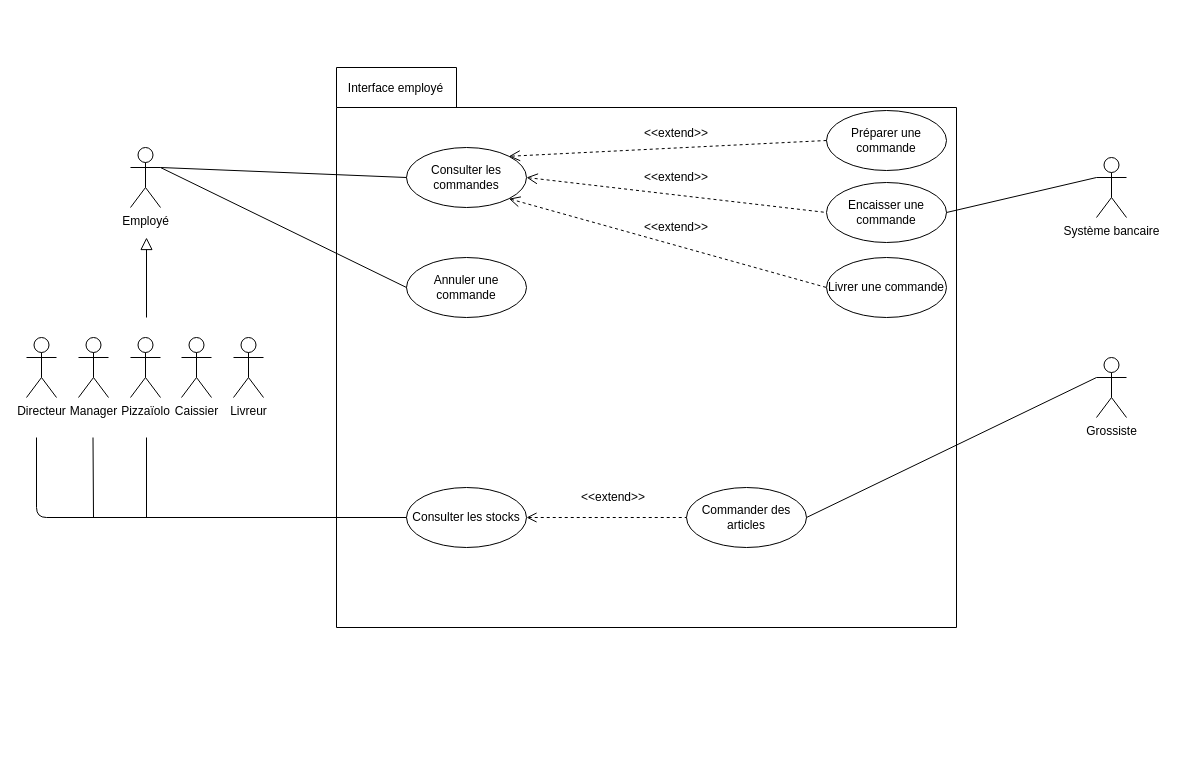
Earlier version of the draw.io diagram Interface employés.drawio (damien-devpy/OC-P4). Source tidied: cells renumbered, new cells numbered last; positions are measured from the earlier drawing's top-left corner, leaving out a move shared by most shapes. Both pictures are drawn from the tidied source at 100%, with x=0, y=0 at pixel (26, 67).
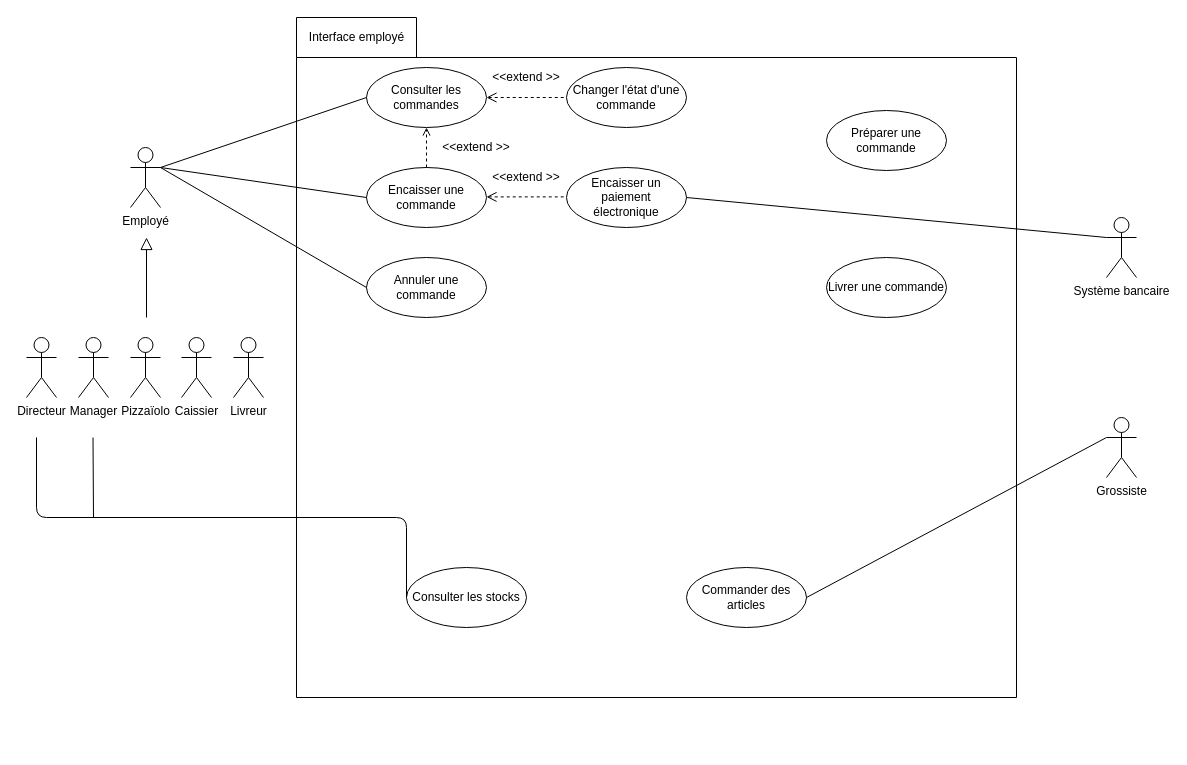
Above is the later version.

The change refers to these unchanged cells:
```xml
<mxCell id="22" value="Employé" style="shape=umlActor;verticalLabelPosition=bottom;labelBackgroundColor=#ffffff;verticalAlign=top;html=1;outlineConnect=0;" parent="1" vertex="1">
  <mxGeometry x="104" y="80" width="30" height="60" as="geometry" />
</mxCell>
```

Diff of the diagram source:
```diff
@@
     <mxCell id="2" style="group;" parent="1" vertex="1">
-      <mxGeometry x="310" width="620" height="560" as="geometry" />
+      <mxGeometry x="310" width="720" height="680" as="geometry" />
     </mxCell>
     <mxCell id="3" value="&lt;div&gt;&lt;br&gt;&lt;/div&gt;&lt;div&gt;&lt;br&gt;&lt;/div&gt;" style="shape=folder;fontStyle=1;spacingTop=10;tabWidth=120;tabHeight=40;tabPosition=left;html=1;fillColor=none;" parent="2" vertex="1">
-      <mxGeometry width="620" height="560" as="geometry" />
+      <mxGeometry x="-40" y="-50" width="720" height="680" as="geometry" />
     </mxCell>
-    <mxCell id="4" value="Interface employé" style="text;html=1;strokeColor=none;fillColor=none;align=center;verticalAlign=middle;whiteSpace=wrap;rounded=0;" parent="2" vertex="1">
-      <mxGeometry x="6" y="11" width="107" height="20" as="geometry" />
-    </mxCell>
-    <mxCell id="5" value="Préparer une commande" style="ellipse;whiteSpace=wrap;html=1;" parent="2" vertex="1">
+    <mxCell id="5" value="Préparer une commande" style="ellipse;whiteSpace=wrap;html=1;fillColor=none;" parent="2" vertex="1">
       <mxGeometry x="490" y="43" width="120" height="60" as="geometry" />
     </mxCell>
-    <mxCell id="6" value="Consulter les commandes" style="ellipse;whiteSpace=wrap;html=1;" parent="2" vertex="1">
-      <mxGeometry x="70" y="80" width="120" height="60" as="geometry" />
+    <mxCell id="6" value="Consulter les commandes" style="ellipse;whiteSpace=wrap;html=1;fillColor=none;" parent="2" vertex="1">
+      <mxGeometry x="30" width="120" height="60" as="geometry" />
     </mxCell>
-    <mxCell id="7" value="Consulter les stocks" style="ellipse;whiteSpace=wrap;html=1;" parent="2" vertex="1">
-      <mxGeometry x="70" y="420" width="120" height="60" as="geometry" />
+    <mxCell id="7" value="Consulter les stocks" style="ellipse;whiteSpace=wrap;html=1;fillColor=none;" parent="2" vertex="1">
+      <mxGeometry x="70" y="500" width="120" height="60" as="geometry" />
     </mxCell>
-    <mxCell id="8" value="Livrer une commande" style="ellipse;whiteSpace=wrap;html=1;" parent="2" vertex="1">
+    <mxCell id="8" value="Livrer une commande" style="ellipse;whiteSpace=wrap;html=1;fillColor=none;" parent="2" vertex="1">
       <mxGeometry x="490" y="190" width="120" height="60" as="geometry" />
     </mxCell>
-    <mxCell id="9" value="Annuler une commande" style="ellipse;whiteSpace=wrap;html=1;" parent="2" vertex="1">
-      <mxGeometry x="70" y="190" width="120" height="60" as="geometry" />
+    <mxCell id="9" value="Annuler une commande" style="ellipse;whiteSpace=wrap;html=1;fillColor=none;" parent="2" vertex="1">
+      <mxGeometry x="30" y="190" width="120" height="60" as="geometry" />
     </mxCell>
-    <mxCell id="10" style="endArrow=open;dashed=1;html=1;entryX=1;entryY=0;entryDx=0;entryDy=0;exitX=0;exitY=0.5;exitDx=0;exitDy=0;startArrow=none;startFill=0;endSize=9;endFill=0;" parent="2" edge="1" source="5" target="6">
-      <mxGeometry relative="1" as="geometry" />
-    </mxCell>
-    <mxCell id="11" value="&amp;lt;&amp;lt;extend&amp;gt;&amp;gt;" style="text;html=1;strokeColor=none;fillColor=none;align=center;verticalAlign=middle;whiteSpace=wrap;rounded=0;" parent="2" vertex="1">
-      <mxGeometry x="320" y="56" width="40" height="20" as="geometry" />
-    </mxCell>
-    <mxCell id="12" value="Encaisser une commande" style="ellipse;whiteSpace=wrap;html=1;" parent="2" vertex="1">
-      <mxGeometry x="490" y="115" width="120" height="60" as="geometry" />
+    <mxCell id="12" value="Encaisser une commande" style="ellipse;whiteSpace=wrap;html=1;fillColor=none;" parent="2" vertex="1">
+      <mxGeometry x="30" y="100" width="120" height="60" as="geometry" />
     </mxCell>
-    <mxCell id="13" value="Commander des articles" style="ellipse;whiteSpace=wrap;html=1;" parent="2" vertex="1">
-      <mxGeometry x="350" y="420" width="120" height="60" as="geometry" />
+    <mxCell id="13" value="Commander des articles" style="ellipse;whiteSpace=wrap;html=1;fillColor=none;" parent="2" vertex="1">
+      <mxGeometry x="350" y="500" width="120" height="60" as="geometry" />
     </mxCell>
-    <mxCell id="14" style="endArrow=none;dashed=1;html=1;entryX=0;entryY=0.5;entryDx=0;entryDy=0;exitX=1;exitY=0.5;exitDx=0;exitDy=0;startArrow=open;startFill=0;startSize=8;" parent="2" edge="1" source="7" target="13">
-      <mxGeometry relative="1" as="geometry" />
-    </mxCell>
-    <mxCell id="15" value="&amp;lt;&amp;lt;extend&amp;gt;&amp;gt;" style="text;html=1;strokeColor=none;fillColor=none;align=center;verticalAlign=middle;whiteSpace=wrap;rounded=0;" parent="2" vertex="1">
-      <mxGeometry x="257" y="420" width="40" height="20" as="geometry" />
-    </mxCell>
-    <mxCell id="16" style="endArrow=none;dashed=1;html=1;entryX=0;entryY=0.5;entryDx=0;entryDy=0;exitX=1;exitY=0.5;exitDx=0;exitDy=0;startArrow=open;startFill=0;startSize=9;" parent="2" edge="1" source="6" target="12">
-      <mxGeometry relative="1" as="geometry" />
-    </mxCell>
-    <mxCell id="17" value="&amp;lt;&amp;lt;extend&amp;gt;&amp;gt;" style="text;html=1;strokeColor=none;fillColor=none;align=center;verticalAlign=middle;whiteSpace=wrap;rounded=0;" parent="2" vertex="1">
-      <mxGeometry x="320" y="100" width="40" height="20" as="geometry" />
-    </mxCell>
-    <mxCell id="18" style="endArrow=none;dashed=1;html=1;entryX=0;entryY=0.5;entryDx=0;entryDy=0;exitX=1;exitY=1;exitDx=0;exitDy=0;startArrow=open;startFill=0;endSize=6;startSize=9;" parent="2" edge="1" source="6" target="8">
-      <mxGeometry relative="1" as="geometry" />
-    </mxCell>
-    <mxCell id="19" value="&amp;lt;&amp;lt;extend&amp;gt;&amp;gt;" style="text;html=1;strokeColor=none;fillColor=none;align=center;verticalAlign=middle;whiteSpace=wrap;rounded=0;" parent="2" vertex="1">
-      <mxGeometry x="320" y="150" width="40" height="20" as="geometry" />
-    </mxCell>
+    <mxCell id="36" value="Changer l'état d'une commande" style="ellipse;whiteSpace=wrap;html=1;fillColor=none;" parent="2" vertex="1">
+      <mxGeometry x="230" width="120" height="60" as="geometry" />
+    </mxCell>
+    <mxCell id="37" style="endArrow=none;dashed=1;html=1;entryX=0;entryY=0.5;entryDx=0;entryDy=0;exitX=1;exitY=0.5;exitDx=0;exitDy=0;startArrow=open;startFill=0;endSize=7;startSize=8;" parent="2" edge="1" source="6" target="36">
+      <mxGeometry relative="1" as="geometry" />
+    </mxCell>
+    <mxCell id="38" value="&amp;lt;&amp;lt;extend &amp;gt;&amp;gt;" style="text;html=1;strokeColor=none;fillColor=none;align=center;verticalAlign=middle;whiteSpace=wrap;rounded=0;" parent="2" vertex="1">
+      <mxGeometry x="150" width="80" height="20" as="geometry" />
+    </mxCell>
+    <mxCell id="39" style="endArrow=open;dashed=1;html=1;entryX=0.5;entryY=1;entryDx=0;entryDy=0;exitX=0.5;exitY=0;exitDx=0;exitDy=0;startArrow=none;startFill=0;endFill=0;" parent="2" edge="1" source="12" target="6">
+      <mxGeometry relative="1" as="geometry" />
+    </mxCell>
+    <mxCell id="40" value="&amp;lt;&amp;lt;extend &amp;gt;&amp;gt;" style="text;html=1;strokeColor=none;fillColor=none;align=center;verticalAlign=middle;whiteSpace=wrap;rounded=0;" parent="2" vertex="1">
+      <mxGeometry x="100" y="70" width="80" height="20" as="geometry" />
+    </mxCell>
+    <mxCell id="41" value="Encaisser un paiement électronique" style="ellipse;whiteSpace=wrap;html=1;fillColor=none;" parent="2" vertex="1">
+      <mxGeometry x="230" y="100" width="120" height="60" as="geometry" />
+    </mxCell>
+    <mxCell id="42" style="endArrow=none;dashed=1;html=1;entryX=0;entryY=0.5;entryDx=0;entryDy=0;exitX=1;exitY=0.5;exitDx=0;exitDy=0;startArrow=open;startFill=0;endSize=7;startSize=8;" parent="2" edge="1">
+      <mxGeometry relative="1" as="geometry">
+        <mxPoint x="150" y="129.4" as="sourcePoint" />
+        <mxPoint x="230" y="129.4" as="targetPoint" />
+      </mxGeometry>
+    </mxCell>
+    <mxCell id="43" value="&amp;lt;&amp;lt;extend &amp;gt;&amp;gt;" style="text;html=1;strokeColor=none;fillColor=none;align=center;verticalAlign=middle;whiteSpace=wrap;rounded=0;" parent="2" vertex="1">
+      <mxGeometry x="150" y="100" width="80" height="20" as="geometry" />
+    </mxCell>
@@
     <mxCell id="29" value="Système bancaire" style="shape=umlActor;verticalLabelPosition=bottom;labelBackgroundColor=#ffffff;verticalAlign=top;html=1;outlineConnect=0;" parent="1" vertex="1">
-      <mxGeometry x="1070" y="90" width="30" height="60" as="geometry" />
+      <mxGeometry x="1080" y="150" width="30" height="60" as="geometry" />
     </mxCell>
     <mxCell id="30" value="Grossiste" style="shape=umlActor;verticalLabelPosition=bottom;labelBackgroundColor=#ffffff;verticalAlign=top;html=1;outlineConnect=0;" parent="1" vertex="1">
-      <mxGeometry x="1070" y="290" width="30" height="60" as="geometry" />
+      <mxGeometry x="1080" y="350" width="30" height="60" as="geometry" />
     </mxCell>
@@
-    <mxCell id="33" style="endArrow=none;html=1;" parent="1" edge="1">
-      <mxGeometry relative="1" as="geometry">
-        <mxPoint x="120" y="450" as="sourcePoint" />
-        <mxPoint x="120" y="370" as="targetPoint" />
-      </mxGeometry>
-    </mxCell>
@@
-    <mxCell id="35" style="endArrow=none;html=1;entryX=1;entryY=0.5;entryDx=0;entryDy=0;exitX=0;exitY=0.3333333333333333;exitDx=0;exitDy=0;exitPerimeter=0;" parent="1" edge="1" source="29" target="12">
+    <mxCell id="35" style="endArrow=none;html=1;exitX=0;exitY=0.3333333333333333;exitDx=0;exitDy=0;exitPerimeter=0;entryX=1;entryY=0.5;entryDx=0;entryDy=0;" parent="1" edge="1" source="29" target="41">
       <mxGeometry relative="1" as="geometry" />
     </mxCell>
+    <mxCell id="4" value="Interface employé" style="text;html=1;strokeColor=none;fillColor=none;align=center;verticalAlign=middle;whiteSpace=wrap;rounded=0;" parent="1" vertex="1">
+      <mxGeometry x="277" y="-40" width="107" height="20" as="geometry" />
+    </mxCell>
+    <mxCell id="44" style="endArrow=none;html=1;entryX=1;entryY=0.3333333333333333;entryDx=0;entryDy=0;entryPerimeter=0;exitX=0;exitY=0.5;exitDx=0;exitDy=0;" parent="1" edge="1" source="12" target="22">
+      <mxGeometry relative="1" as="geometry" />
+    </mxCell>
```
